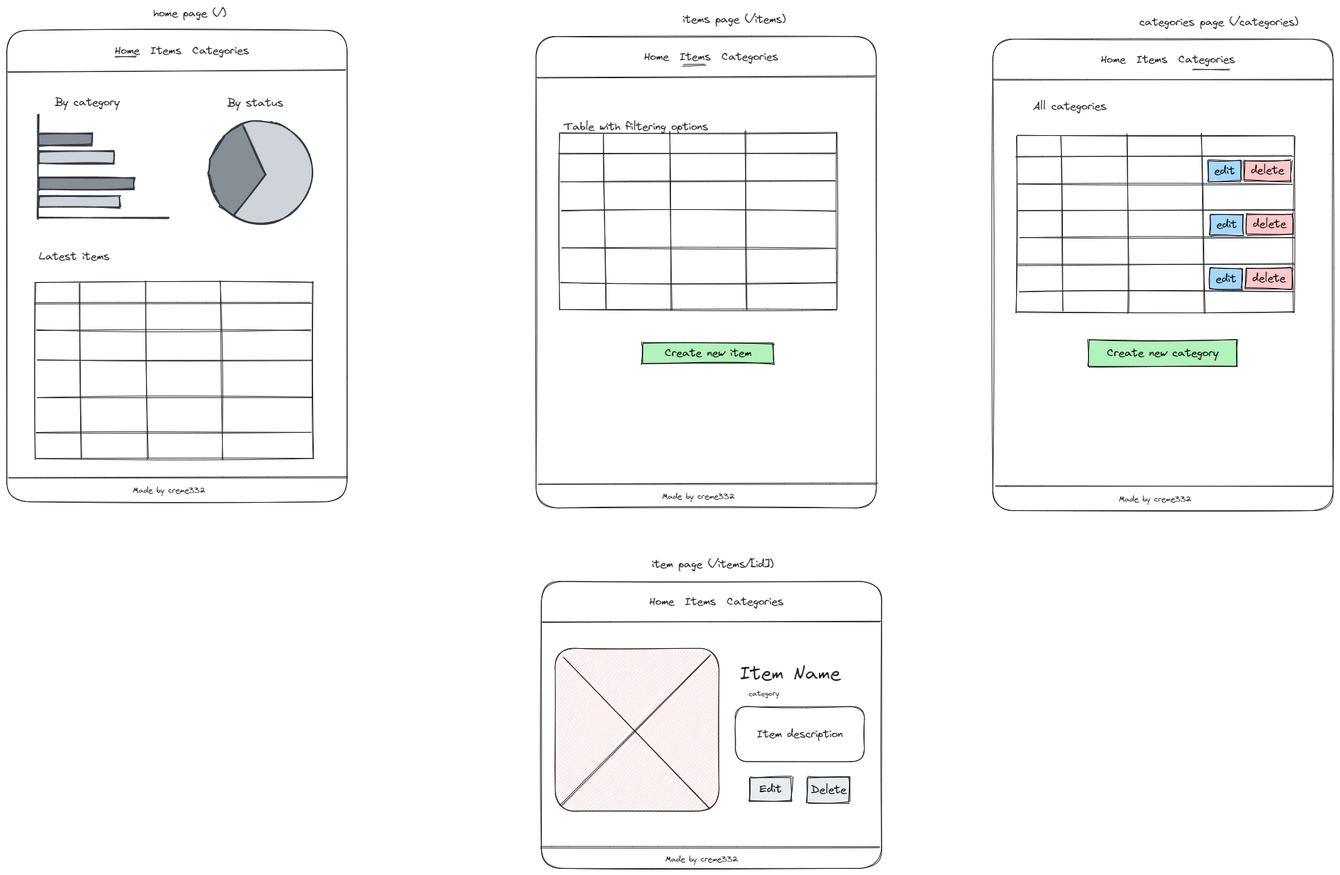
creme332/invento keeps this Excalidraw diagram as design/wireframe.excalidraw.png. Above is the earlier version. Source tidied: one line per element, renumbered; positions are measured from the earlier drawing's top-left corner, leaving out a move shared by most shapes.
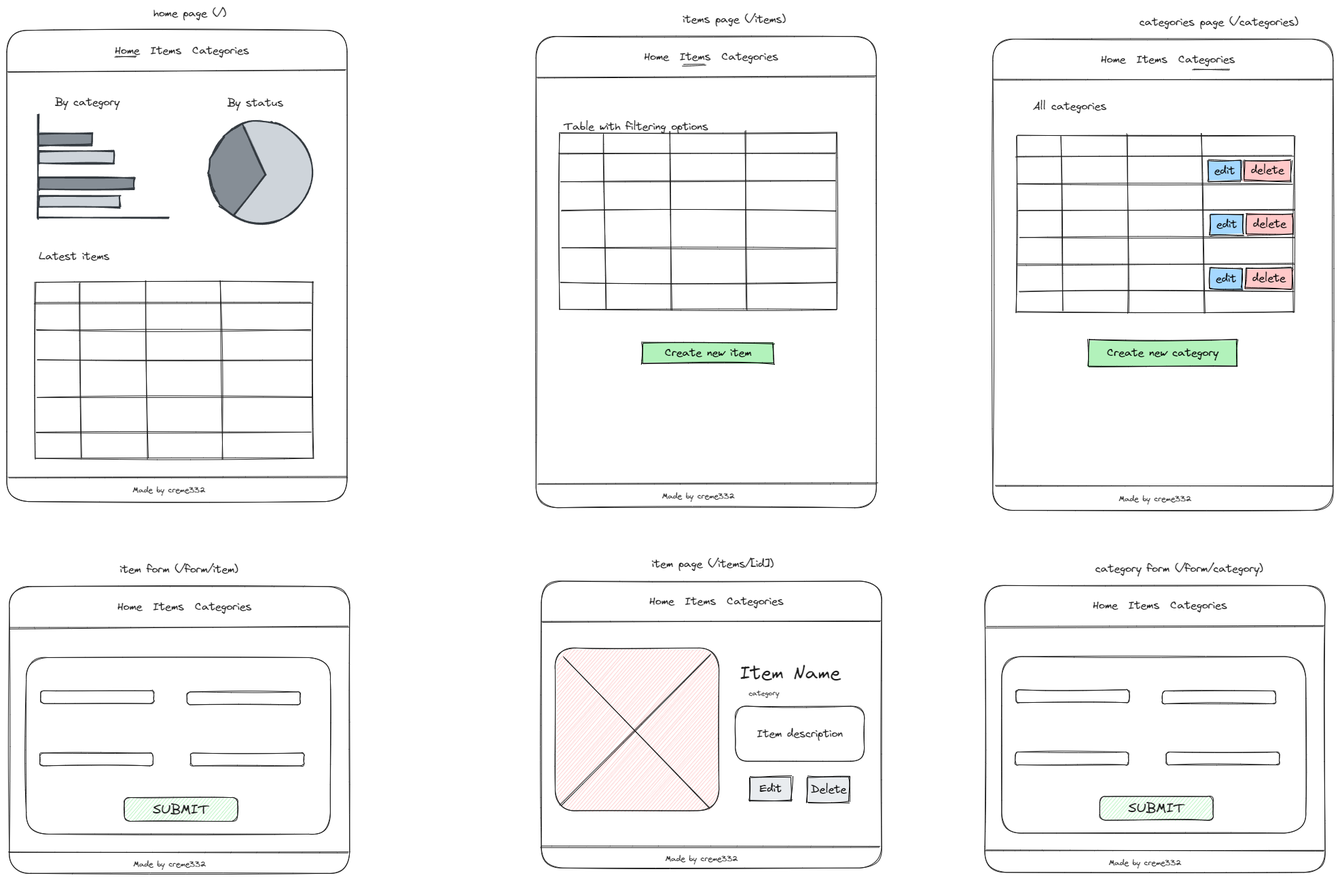
After the change.

What changed in the source:
```diff
@@ -93,3 +93,29 @@
 {"id": 92, "type": "text", "text": "Delete", "strokeColor": "#000000", "strokeWidth": 1, "roughness": 1, "fontSize": 16, "fontFamily": 1, "textAlign": "center", "verticalAlign": "middle", "inside": 91, "x": 1184, "y": 1143, "width": 52, "height": 20}
 {"id": 93, "type": "text", "text": "category", "strokeColor": "#1e1e1e", "backgroundColor": "#e9ecef", "fillStyle": "hachure", "strokeWidth": 1, "roughness": 1, "fontSize": 10.56, "fontFamily": 1, "x": 1092, "y": 1005, "width": 45, "height": 13}
 {"id": 94, "type": "text", "text": "Table with filtering options", "strokeColor": "#1e1e1e", "strokeWidth": 1, "roughness": 1, "fontSize": 16, "fontFamily": 1, "x": 820, "y": 167, "width": 212, "height": 20}
+{"id": 95, "type": "rectangle", "strokeColor": "#1e1e1e", "strokeWidth": 1, "roughness": 1, "round": true, "x": 4, "y": 854, "width": 501, "height": 422}
+{"id": 96, "type": "line", "strokeColor": "#1e1e1e", "strokeWidth": 1, "roughness": 1, "round": true, "x": 5, "y": 915, "width": 499, "height": 2, "points": [[0, 0], [499, -2]]}
+{"id": 97, "type": "line", "strokeColor": "#1e1e1e", "strokeWidth": 1, "roughness": 1, "round": true, "x": 4, "y": 1244, "width": 499, "height": 0, "points": [[0, 0], [499, 0]]}
+{"id": 98, "type": "text", "text": "Made by creme332", "strokeColor": "#1e1e1e", "strokeWidth": 1, "roughness": 1, "fontSize": 11.57, "fontFamily": 1, "x": 186, "y": 1256, "width": 107, "height": 14}
+{"id": 99, "type": "text", "text": "Home  Items  Categories", "strokeColor": "#1e1e1e", "strokeWidth": 1, "roughness": 1, "fontSize": 16, "fontFamily": 1, "x": 163, "y": 874, "width": 197, "height": 20}
+{"id": 100, "type": "text", "text": "item form (/form/item)", "strokeColor": "#1e1e1e", "strokeWidth": 1, "roughness": 1, "fontSize": 16, "fontFamily": 1, "x": 166, "y": 819, "width": 174, "height": 20}
+{"id": 101, "type": "rectangle", "strokeColor": "#1e1e1e", "strokeWidth": 1, "roughness": 1, "round": true, "x": 29, "y": 958, "width": 448, "height": 260}
+{"id": 102, "type": "rectangle", "strokeColor": "#1e1e1e", "strokeWidth": 1, "roughness": 1, "round": true, "x": 50, "y": 1007, "width": 167, "height": 19}
+{"id": 103, "type": "rectangle", "strokeColor": "#1e1e1e", "strokeWidth": 1, "roughness": 1, "round": true, "x": 265, "y": 1009, "width": 167, "height": 19}
+{"id": 104, "type": "rectangle", "strokeColor": "#1e1e1e", "strokeWidth": 1, "roughness": 1, "round": true, "x": 49, "y": 1099, "width": 167, "height": 19}
+{"id": 105, "type": "rectangle", "strokeColor": "#1e1e1e", "strokeWidth": 1, "roughness": 1, "round": true, "x": 271, "y": 1099, "width": 167, "height": 19}
+{"id": 106, "type": "rectangle", "strokeColor": "#1e1e1e", "backgroundColor": "#b2f2bb", "fillStyle": "hachure", "strokeWidth": 1, "roughness": 1, "round": true, "x": 173, "y": 1165, "width": 167, "height": 35}
+{"id": 107, "type": "text", "text": "SUBMIT", "strokeColor": "#1e1e1e", "strokeWidth": 1, "roughness": 1, "fontSize": 20, "fontFamily": 1, "textAlign": "center", "verticalAlign": "middle", "inside": 106, "x": 215, "y": 1170, "width": 83, "height": 25}
+{"id": 108, "type": "rectangle", "strokeColor": "#1e1e1e", "strokeWidth": 1, "roughness": 1, "round": true, "x": 1440, "y": 852, "width": 501, "height": 422}
+{"id": 109, "type": "line", "strokeColor": "#1e1e1e", "strokeWidth": 1, "roughness": 1, "round": true, "x": 1441, "y": 913, "width": 499, "height": 2, "points": [[0, 0], [499, -2]]}
+{"id": 110, "type": "line", "strokeColor": "#1e1e1e", "strokeWidth": 1, "roughness": 1, "round": true, "x": 1440, "y": 1243, "width": 499, "height": 0, "points": [[0, 0], [499, 0]]}
+{"id": 111, "type": "text", "text": "Made by creme332", "strokeColor": "#1e1e1e", "strokeWidth": 1, "roughness": 1, "fontSize": 11.57, "fontFamily": 1, "x": 1622, "y": 1254, "width": 107, "height": 14}
+{"id": 112, "type": "text", "text": "Home  Items  Categories", "strokeColor": "#1e1e1e", "strokeWidth": 1, "roughness": 1, "fontSize": 16, "fontFamily": 1, "x": 1599, "y": 872, "width": 197, "height": 20}
+{"id": 113, "type": "text", "text": "category form (/form/category)", "strokeColor": "#1e1e1e", "strokeWidth": 1, "roughness": 1, "fontSize": 16, "fontFamily": 1, "x": 1602, "y": 818, "width": 247, "height": 20}
+{"id": 114, "type": "rectangle", "strokeColor": "#1e1e1e", "strokeWidth": 1, "roughness": 1, "round": true, "x": 1465, "y": 957, "width": 448, "height": 260}
+{"id": 115, "type": "rectangle", "strokeColor": "#1e1e1e", "strokeWidth": 1, "roughness": 1, "round": true, "x": 1486, "y": 1006, "width": 167, "height": 19}
+{"id": 116, "type": "rectangle", "strokeColor": "#1e1e1e", "strokeWidth": 1, "roughness": 1, "round": true, "x": 1702, "y": 1008, "width": 167, "height": 19}
+{"id": 117, "type": "rectangle", "strokeColor": "#1e1e1e", "strokeWidth": 1, "roughness": 1, "round": true, "x": 1485, "y": 1098, "width": 167, "height": 19}
+{"id": 118, "type": "rectangle", "strokeColor": "#1e1e1e", "strokeWidth": 1, "roughness": 1, "round": true, "x": 1707, "y": 1098, "width": 167, "height": 19}
+{"id": 119, "type": "rectangle", "strokeColor": "#1e1e1e", "backgroundColor": "#b2f2bb", "fillStyle": "hachure", "strokeWidth": 1, "roughness": 1, "round": true, "x": 1609, "y": 1163, "width": 167, "height": 35}
+{"id": 120, "type": "text", "text": "SUBMIT", "strokeColor": "#1e1e1e", "strokeWidth": 1, "roughness": 1, "fontSize": 20, "fontFamily": 1, "textAlign": "center", "verticalAlign": "middle", "inside": 119, "x": 1651, "y": 1168, "width": 83, "height": 25}
```
